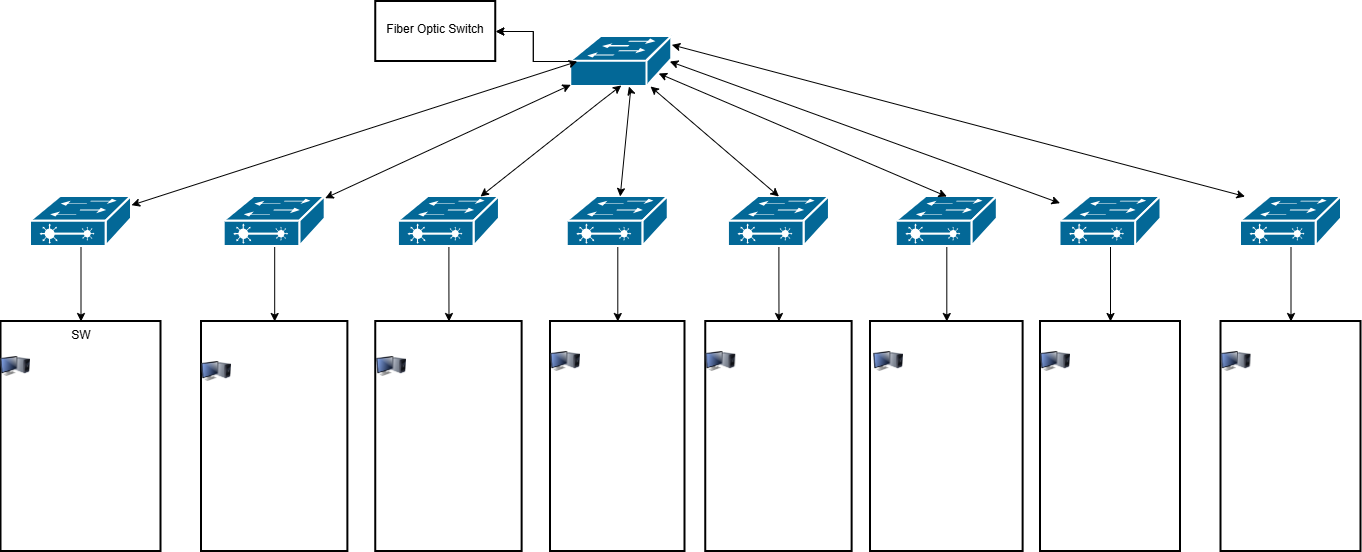
Above: Untitled Diagram.drawio.png in hrezapour21-blip/hasanafa (draw.io), before the change. Source tidied: cells renumbered, new cells last; positions are measured from the earlier drawing's top-left corner, leaving out a move shared by most shapes.
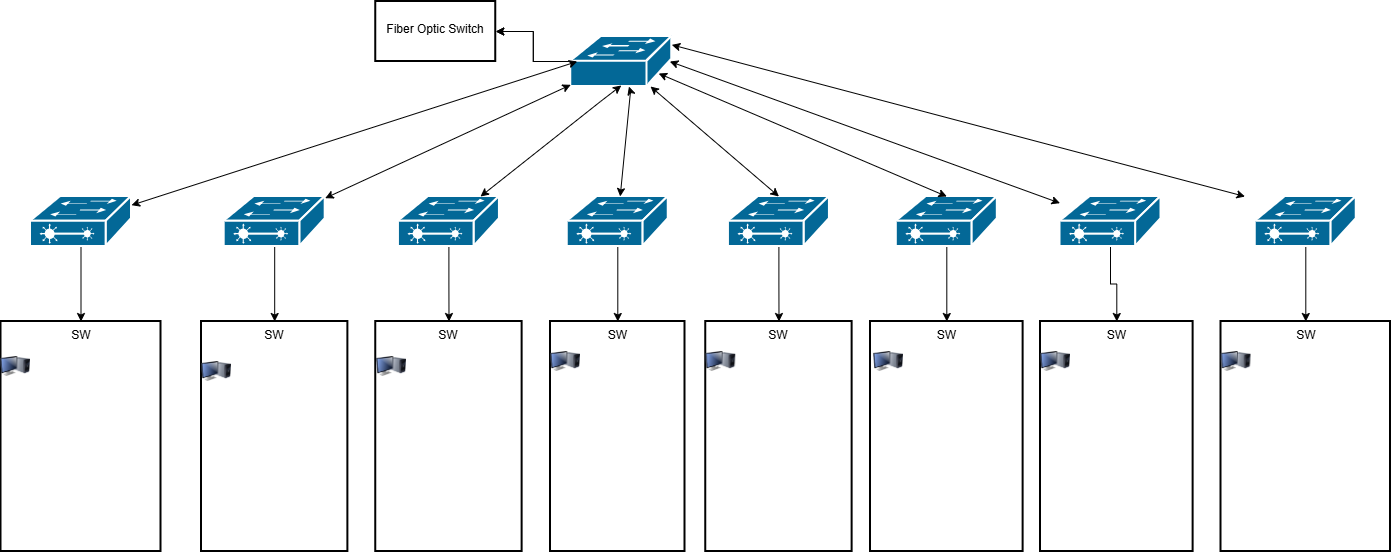
Later version of the same file.

What changed in the source:
```diff
@@ -77,23 +77,23 @@
     <mxCell id="24" value="SW" style="whiteSpace=wrap;html=1;verticalAlign=top;sketch=0;dashed=0;strokeWidth=2;align=center;" parent="1" vertex="1">
       <mxGeometry x="0.5" y="320" width="160" height="230" as="geometry" />
     </mxCell>
-    <mxCell id="25" style="whiteSpace=wrap;html=1;verticalAlign=top;sketch=0;dashed=0;strokeWidth=2;" parent="1" vertex="1">
+    <mxCell id="25" value="SW" style="whiteSpace=wrap;html=1;verticalAlign=top;sketch=0;dashed=0;strokeWidth=2;" parent="1" vertex="1">
       <mxGeometry x="201" y="320" width="146.4" height="230" as="geometry" />
     </mxCell>
-    <mxCell id="26" style="whiteSpace=wrap;html=1;verticalAlign=top;sketch=0;dashed=0;strokeWidth=2;" parent="1" vertex="1">
+    <mxCell id="26" value="SW" style="whiteSpace=wrap;html=1;verticalAlign=top;sketch=0;dashed=0;strokeWidth=2;" parent="1" vertex="1">
       <mxGeometry x="375.2" y="320" width="146.4" height="230" as="geometry" />
     </mxCell>
-    <mxCell id="27" style="whiteSpace=wrap;html=1;verticalAlign=top;sketch=0;dashed=0;strokeWidth=2;" parent="1" vertex="1">
+    <mxCell id="27" value="SW" style="whiteSpace=wrap;html=1;verticalAlign=top;sketch=0;dashed=0;strokeWidth=2;" parent="1" vertex="1">
       <mxGeometry x="550" y="320" width="134.5" height="230" as="geometry" />
     </mxCell>
-    <mxCell id="28" style="whiteSpace=wrap;html=1;verticalAlign=top;sketch=0;dashed=0;strokeWidth=2;" parent="1" vertex="1">
+    <mxCell id="28" value="SW" style="whiteSpace=wrap;html=1;verticalAlign=top;sketch=0;dashed=0;strokeWidth=2;" parent="1" vertex="1">
       <mxGeometry x="705.2" y="320" width="146.4" height="230" as="geometry" />
     </mxCell>
-    <mxCell id="29" style="whiteSpace=wrap;html=1;verticalAlign=top;sketch=0;dashed=0;strokeWidth=2;" parent="1" vertex="1">
+    <mxCell id="29" value="SW" style="whiteSpace=wrap;html=1;verticalAlign=top;sketch=0;dashed=0;strokeWidth=2;" parent="1" vertex="1">
       <mxGeometry x="870" y="320" width="152.6" height="230" as="geometry" />
     </mxCell>
-    <mxCell id="30" style="whiteSpace=wrap;html=1;verticalAlign=top;sketch=0;dashed=0;strokeWidth=2;" parent="1" vertex="1">
-      <mxGeometry x="1040" y="320" width="140" height="230" as="geometry" />
+    <mxCell id="30" value="SW" style="whiteSpace=wrap;html=1;verticalAlign=top;sketch=0;dashed=0;strokeWidth=2;" parent="1" vertex="1">
+      <mxGeometry x="1040" y="320" width="152.6" height="230" as="geometry" />
     </mxCell>
     <mxCell id="31" value="&#10;Fiber Optic Switch&#10;&#10;" style="whiteSpace=wrap;html=1;verticalAlign=top;sketch=0;dashed=0;strokeWidth=2;" parent="1" vertex="1">
       <mxGeometry x="375.2" width="120" height="60" as="geometry" />
@@ -102,7 +102,7 @@
       <mxGeometry relative="1" as="geometry" />
     </mxCell>
     <mxCell id="33" style="strokeColor=#ffffff;sketch=0;html=1;dashed=0;fillColor=#036897;strokeWidth=2;verticalLabelPosition=bottom;verticalAlign=top;align=center;outlineConnect=0;shape=mxgraph.cisco.switches.layer_2_remote_switch;" parent="1" vertex="1">
-      <mxGeometry x="1240" y="195" width="101" height="50" as="geometry" />
+      <mxGeometry x="1254.8" y="195" width="101" height="50" as="geometry" />
     </mxCell>
     <mxCell id="34" style="endArrow=classic;startArrow=classic;html=1;rounded=0;" parent="1" edge="1">
       <mxGeometry relative="1" as="geometry">
@@ -110,8 +110,8 @@
         <mxPoint x="1244.6" y="195" as="targetPoint" />
       </mxGeometry>
     </mxCell>
-    <mxCell id="35" style="whiteSpace=wrap;html=1;verticalAlign=top;sketch=0;dashed=0;strokeWidth=2;" parent="1" vertex="1">
-      <mxGeometry x="1220.5" y="320" width="140" height="230" as="geometry" />
+    <mxCell id="35" value="SW" style="whiteSpace=wrap;html=1;verticalAlign=top;sketch=0;dashed=0;strokeWidth=2;" parent="1" vertex="1">
+      <mxGeometry x="1220.5" y="320" width="169.5" height="230" as="geometry" />
     </mxCell>
     <mxCell id="36" style="endArrow=classic;startArrow=classic;html=1;rounded=0;exitX=0.98;exitY=0.5;exitDx=0;exitDy=0;exitPerimeter=0;" parent="1" edge="1" source="4" target="18">
       <mxGeometry relative="1" as="geometry" />
```
